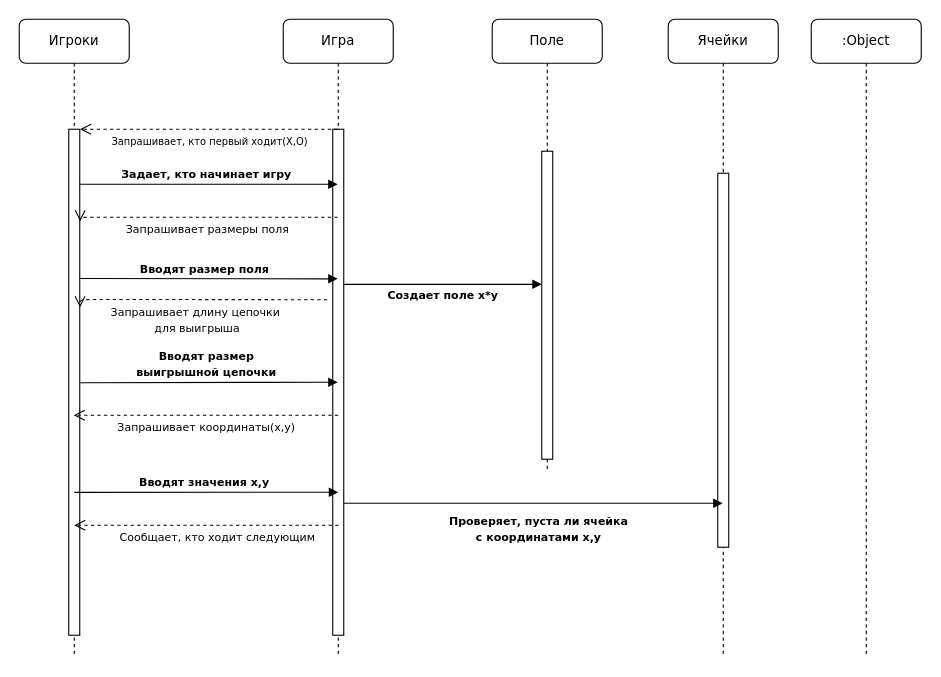
Before: 3_3.drawio in tacha7/Asya, a draw.io diagram. Source tidied: cells renumbered, new cells numbered last; positions are measured from the earlier drawing's top-left corner, leaving out a move shared by most shapes. Both pictures are drawn from the tidied source at 110%, with x=0, y=0 at pixel (19, 19).
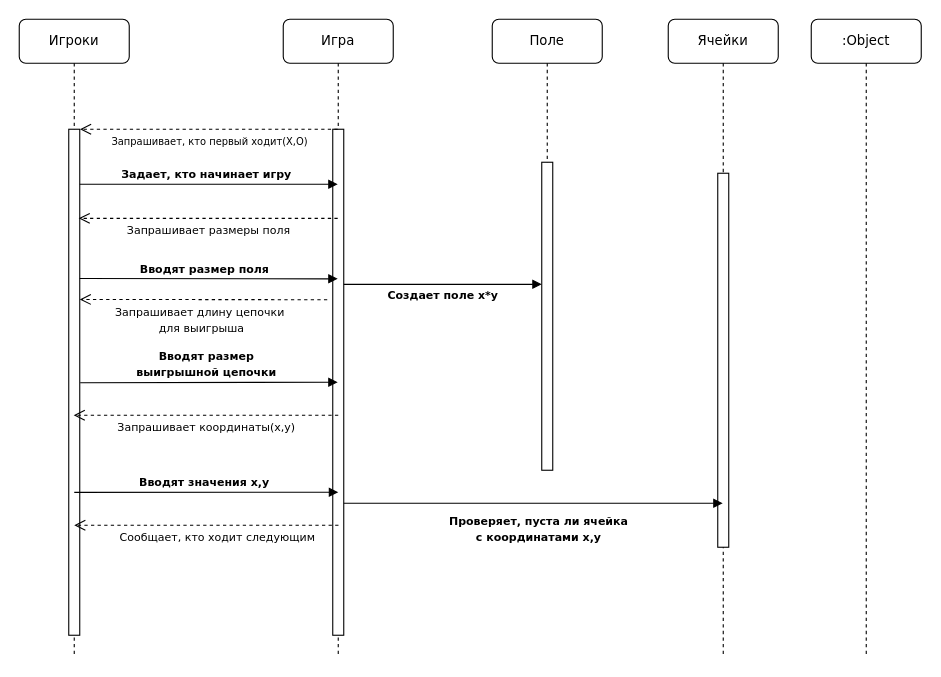
Above is the later version.

The change refers to these unchanged cells:
```xml
<mxCell id="2" value="Игра" style="shape=umlLifeline;perimeter=lifelinePerimeter;whiteSpace=wrap;html=1;outlineConnect=0;rounded=1;shadow=0;comic=0;labelBackgroundColor=none;strokeWidth=1;fontFamily=Verdana;fontSize=12;align=center;" parent="1" vertex="1">
  <mxGeometry x="240" width="100" height="580" as="geometry" />
</mxCell>
<mxCell id="4" value="Поле" style="shape=umlLifeline;perimeter=lifelinePerimeter;whiteSpace=wrap;html=1;rounded=1;shadow=0;comic=0;labelBackgroundColor=none;strokeWidth=1;fontFamily=Verdana;fontSize=12;align=center;" parent="1" vertex="1">
  <mxGeometry x="430" width="100" height="410" as="geometry" />
</mxCell>
<mxCell id="10" style="html=1;points=[];perimeter=orthogonalPerimeter;rounded=0;shadow=0;comic=0;labelBackgroundColor=none;strokeWidth=1;fontFamily=Verdana;fontSize=12;align=center;" parent="9" vertex="1">
  <mxGeometry x="45" y="100" width="10" height="460" as="geometry" />
</mxCell>
```

What changed in the source:
```diff
@@
     <mxCell id="5" style="html=1;points=[];perimeter=orthogonalPerimeter;rounded=0;shadow=0;comic=0;labelBackgroundColor=none;strokeWidth=1;fontFamily=Verdana;fontSize=12;align=center;" parent="4" vertex="1">
-      <mxGeometry x="45" y="120" width="10" height="280" as="geometry" />
+      <mxGeometry x="45" y="130" width="10" height="280" as="geometry" />
     </mxCell>
@@
-    <mxCell id="13" value="&lt;font style=&quot;font-size: 10px&quot;&gt;Запрашивает размеры поля&lt;/font&gt;" style="html=1;verticalAlign=bottom;endArrow=open;dashed=1;endSize=8;labelBackgroundColor=none;fontFamily=Verdana;fontSize=12;edgeStyle=elbowEdgeStyle;elbow=vertical;entryX=1.039;entryY=0.182;entryDx=0;entryDy=0;entryPerimeter=0;" parent="1" edge="1" source="2" target="10">
+    <mxCell id="13" value="&lt;font style=&quot;font-size: 10px&quot;&gt;Запрашивает размеры поля&lt;/font&gt;" style="html=1;verticalAlign=bottom;endArrow=open;dashed=1;endSize=8;labelBackgroundColor=none;fontFamily=Verdana;fontSize=12;edgeStyle=elbowEdgeStyle;elbow=vertical;" parent="1" edge="1" source="2">
       <mxGeometry y="20" relative="1" as="geometry">
+        <mxPoint x="54" y="181" as="targetPoint" />
         <Array as="points">
-          <mxPoint x="160" y="180" />
+          <mxPoint x="70" y="181" />
           <mxPoint x="110" y="130" />
           <mxPoint x="70" y="130" />
           <mxPoint x="150" y="130" />
           <mxPoint x="155" y="130" />
           <mxPoint x="195" y="130" />
           <mxPoint x="225" y="130" />
         </Array>
       </mxGeometry>
     </mxCell>
@@
-    <mxCell id="16" value="&lt;font style=&quot;font-size: 10px&quot;&gt;Запрашивает длину цепочки&lt;br&gt;&amp;nbsp;для выигрыша&lt;/font&gt;" style="html=1;verticalAlign=bottom;endArrow=open;dashed=1;endSize=8;labelBackgroundColor=none;fontFamily=Verdana;fontSize=12;edgeStyle=elbowEdgeStyle;elbow=vertical;entryX=1.027;entryY=0.352;entryDx=0;entryDy=0;entryPerimeter=0;" parent="1" edge="1" target="10">
+    <mxCell id="16" value="&lt;font style=&quot;font-size: 10px&quot;&gt;Запрашивает длину цепочки&lt;br&gt;&amp;nbsp;для выигрыша&lt;/font&gt;" style="html=1;verticalAlign=bottom;endArrow=open;dashed=1;endSize=8;labelBackgroundColor=none;fontFamily=Verdana;fontSize=12;edgeStyle=elbowEdgeStyle;elbow=vertical;" parent="1" edge="1" target="10">
       <mxGeometry x="0.03" y="35" relative="1" as="geometry">
         <mxPoint x="280" y="255" as="sourcePoint" />
         <Array as="points">
           <mxPoint x="325" y="254.7" />
           <mxPoint x="315" y="254.7" />
           <mxPoint x="355" y="254.7" />
           <mxPoint x="385" y="254.7" />
         </Array>
       </mxGeometry>
     </mxCell>
```
